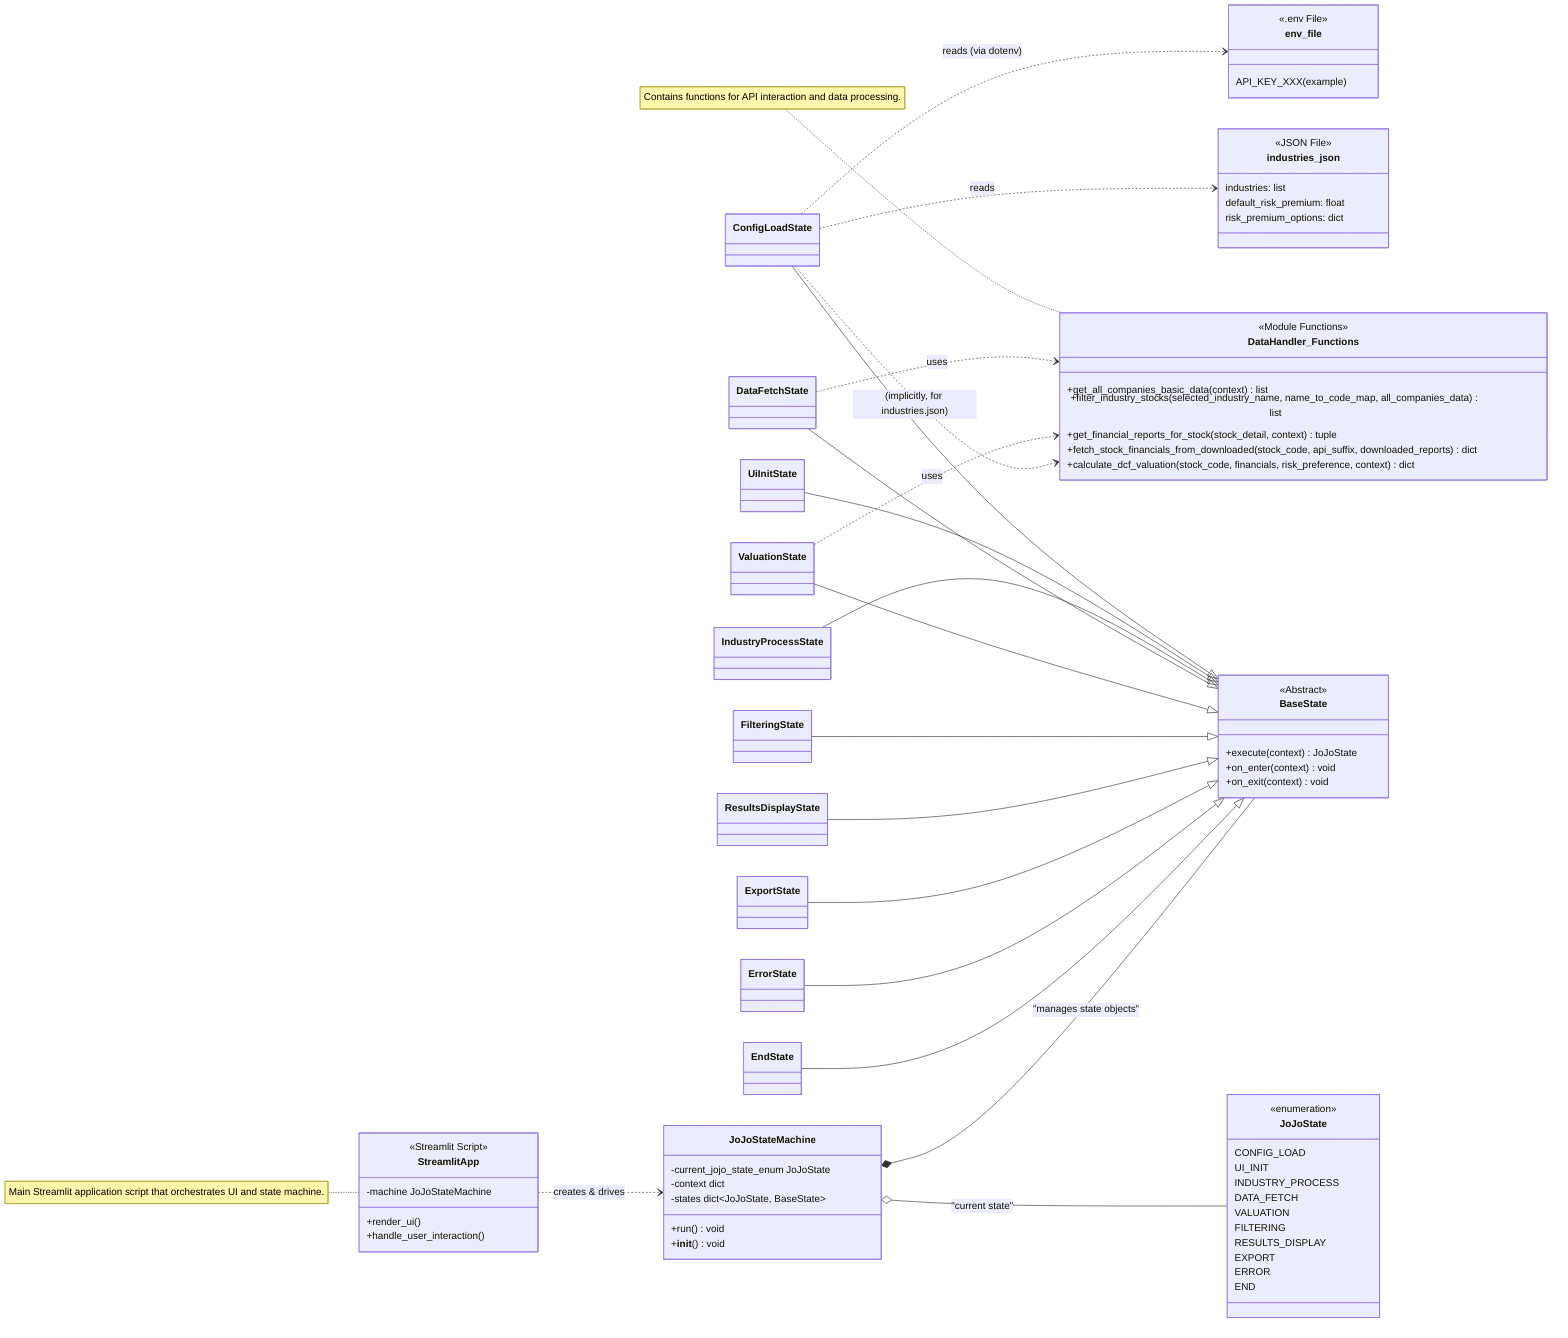
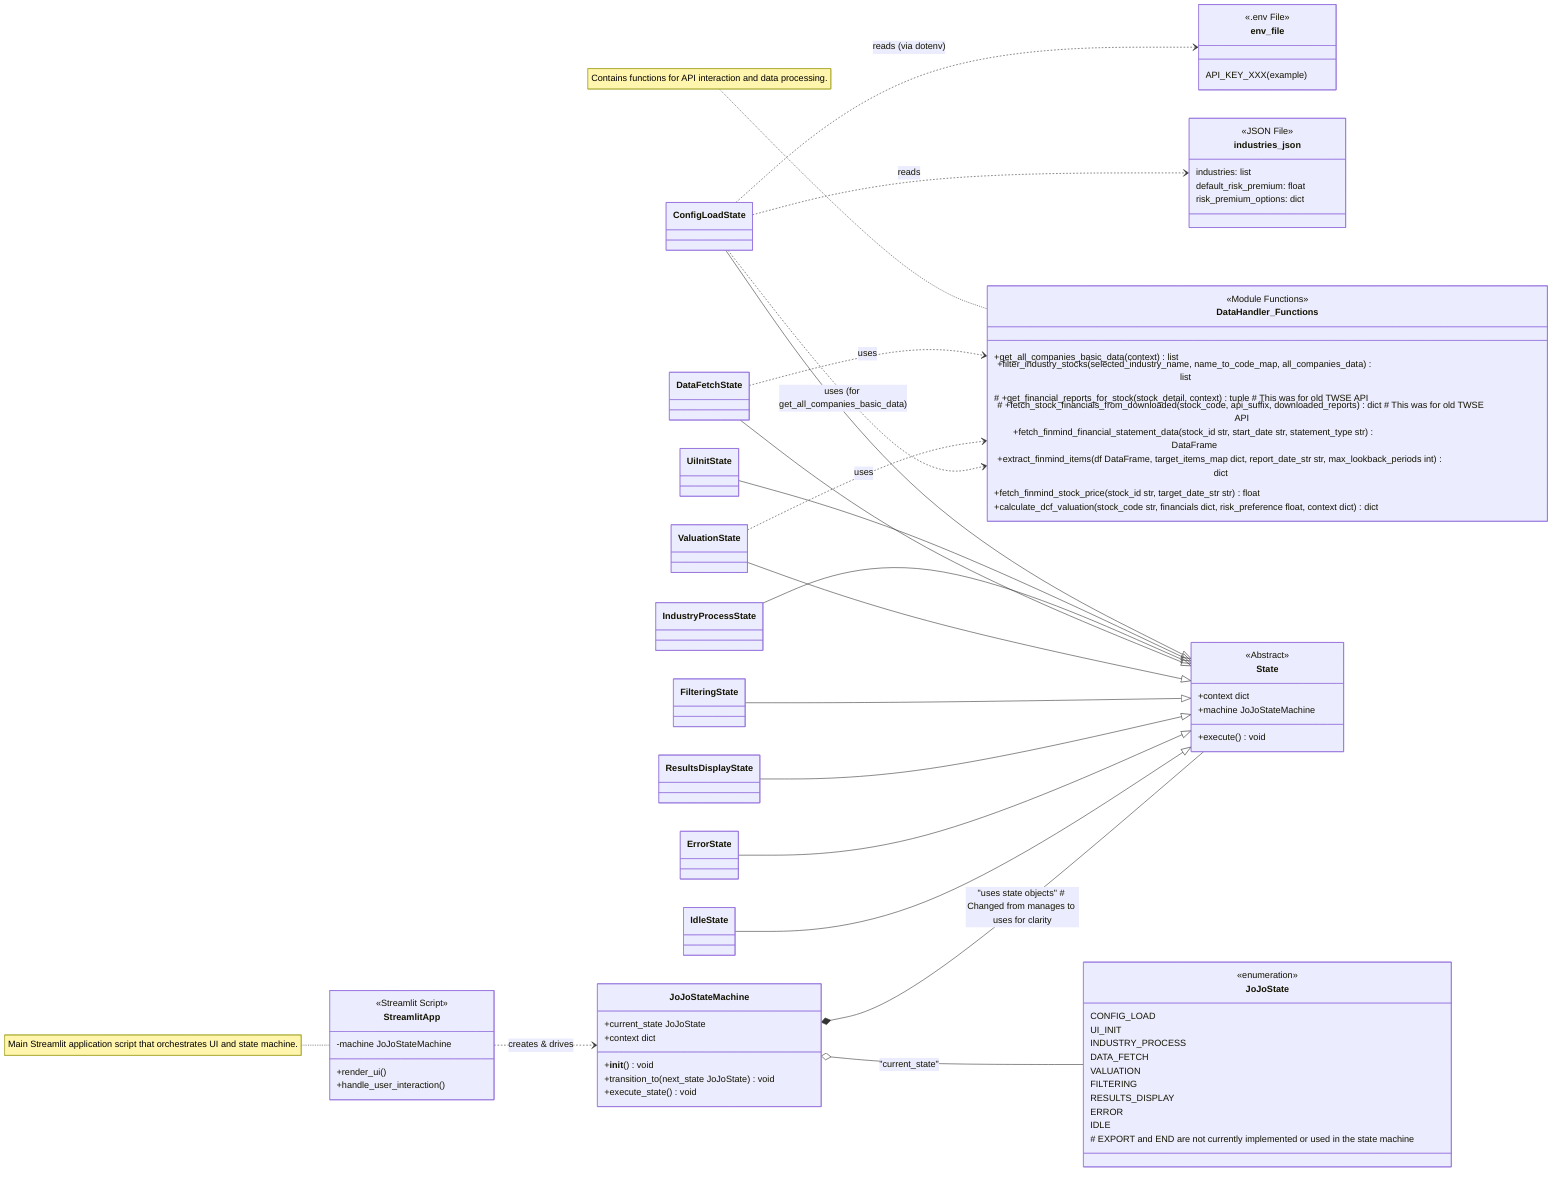
classDiagram
    direction LR

    %% --- StateMachineModule (jojo_state_machine.py) ---
    class JoJoState {
        <<enumeration>>
        CONFIG_LOAD
        UI_INIT
        INDUSTRY_PROCESS
        DATA_FETCH
        VALUATION
        FILTERING
        RESULTS_DISPLAY
-         EXPORT
        ERROR
-         END
+         IDLE
+         # EXPORT and END are not currently implemented or used in the state machine
    }

-     class BaseState {
+     class State {
        <<Abstract>>
-         +execute(context) JoJoState
-         +on_enter(context) void
-         +on_exit(context) void
+         +context dict
+         +machine JoJoStateMachine
+         +execute() void
    }

    class ConfigLoadState
    class UiInitState
    class IndustryProcessState
    class DataFetchState
    class ValuationState
    class FilteringState
    class ResultsDisplayState
-     class ExportState
+     %% class ExportState %% Not yet implemented
    class ErrorState
-     class EndState
+     class IdleState
+     %% Added IDLE state
+     %% class EndState %% Not yet implemented

-     ConfigLoadState --|> BaseState
-     UiInitState --|> BaseState
-     IndustryProcessState --|> BaseState
-     DataFetchState --|> BaseState
-     ValuationState --|> BaseState
-     FilteringState --|> BaseState
-     ResultsDisplayState --|> BaseState
-     ExportState --|> BaseState
-     ErrorState --|> BaseState
-     EndState --|> BaseState
+     ConfigLoadState --|> State
+     UiInitState --|> State
+     IndustryProcessState --|> State
+     DataFetchState --|> State
+     ValuationState --|> State
+     FilteringState --|> State
+     ResultsDisplayState --|> State
+     %% ExportState --|> State
+     ErrorState --|> State
+     IdleState --|> State
+     %% Added IDLE state inheritance

    class JoJoStateMachine {
-         -current_jojo_state_enum JoJoState
-         -context dict
-         -states dict~JoJoState, BaseState~
-         +run() void
+         +current_state JoJoState
+         +context dict
        +__init__() void
+         +transition_to(next_state JoJoState) void
+         +execute_state() void
    }
-     JoJoStateMachine o-- JoJoState : "current state"
-     JoJoStateMachine *-- BaseState : "manages state objects"
+     JoJoStateMachine o-- JoJoState : "current_state"
+     JoJoStateMachine *-- State : "uses state objects" # Changed from manages to uses for clarity

    %% --- AppModule (app.py) ---
    class StreamlitApp {
        <<Streamlit Script>>
        -machine JoJoStateMachine
        +render_ui()
        +handle_user_interaction()
    }
    StreamlitApp ..> JoJoStateMachine : creates & drives

    %% --- DataHandlerModule (data_handler.py) ---
    class DataHandler_Functions {
        <<Module Functions>>
        +get_all_companies_basic_data(context) list
        +filter_industry_stocks(selected_industry_name, name_to_code_map, all_companies_data) list
-         +get_financial_reports_for_stock(stock_detail, context) tuple
-         +fetch_stock_financials_from_downloaded(stock_code, api_suffix, downloaded_reports) dict
-         +calculate_dcf_valuation(stock_code, financials, risk_preference, context) dict
+         # +get_financial_reports_for_stock(stock_detail, context) tuple # This was for old TWSE API
+         # +fetch_stock_financials_from_downloaded(stock_code, api_suffix, downloaded_reports) dict # This was for old TWSE API
+         +fetch_finmind_financial_statement_data(stock_id str, start_date str, statement_type str) DataFrame
+         +extract_finmind_items(df DataFrame, target_items_map dict, report_date_str str, max_lookback_periods int) dict
+         +fetch_finmind_stock_price(stock_id str, target_date_str str) float
+         +calculate_dcf_valuation(stock_code str, financials dict, risk_preference float, context dict) dict
    }
    DataFetchState ..> DataHandler_Functions : uses
    ValuationState ..> DataHandler_Functions : uses
-     ConfigLoadState ..> DataHandler_Functions : (implicitly, for industries.json)
+     ConfigLoadState ..> DataHandler_Functions : uses (for get_all_companies_basic_data)

    %% --- ConfigurationFiles ---
    class industries_json {
        <<JSON File>>
        industries: list
        default_risk_premium: float
        risk_premium_options: dict
    }
    class env_file {
        <<.env File>>
        API_KEY_XXX (example)
    }
    ConfigLoadState ..> industries_json : reads
    ConfigLoadState ..> env_file : reads (via dotenv)

    note for DataHandler_Functions "Contains functions for API interaction and data processing."
    note for StreamlitApp "Main Streamlit application script that orchestrates UI and state machine."
